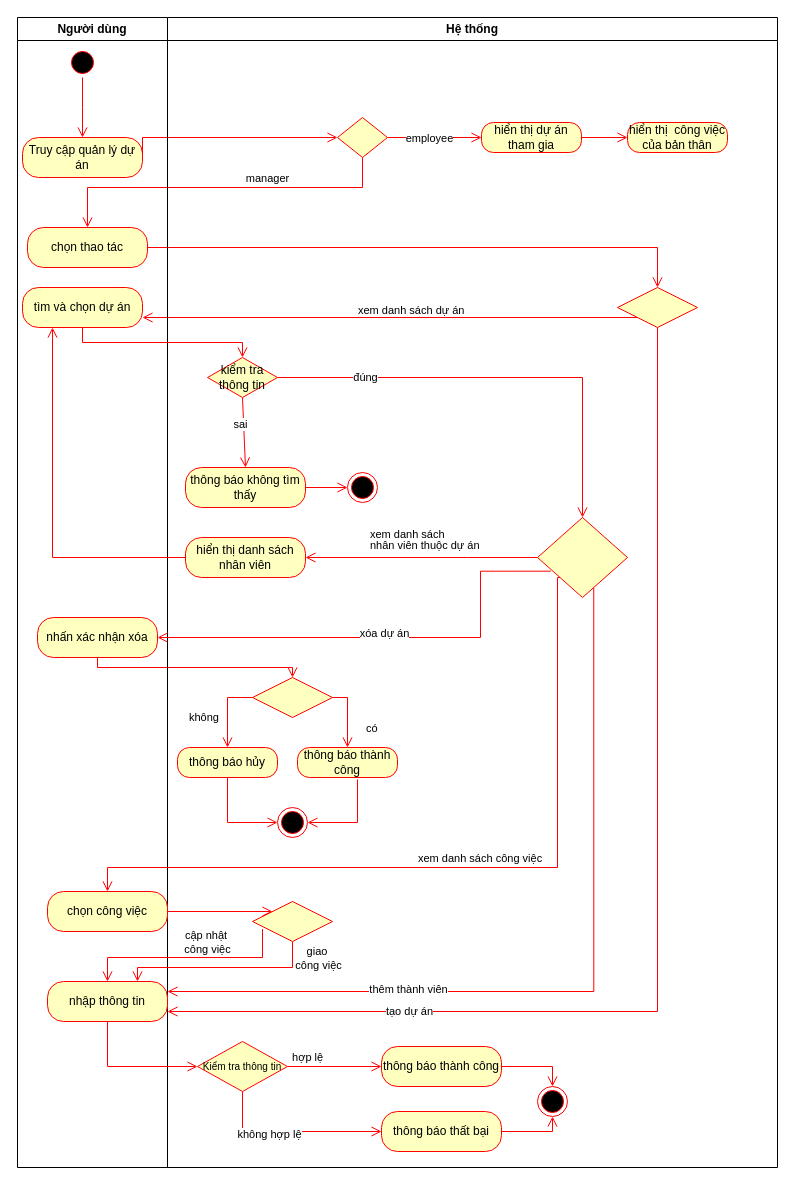
This is QuanLyDuAn_ACD.drawio from hoangda24312/Group4-DesigningSystem, a draw.io file, before an edit. Source tidied: cells renumbered, new cells numbered last; positions are measured from the earlier drawing's top-left corner, leaving out a move shared by most shapes. Both pictures are drawn from the tidied source at 100%, with x=0, y=0 at pixel (17, 17).
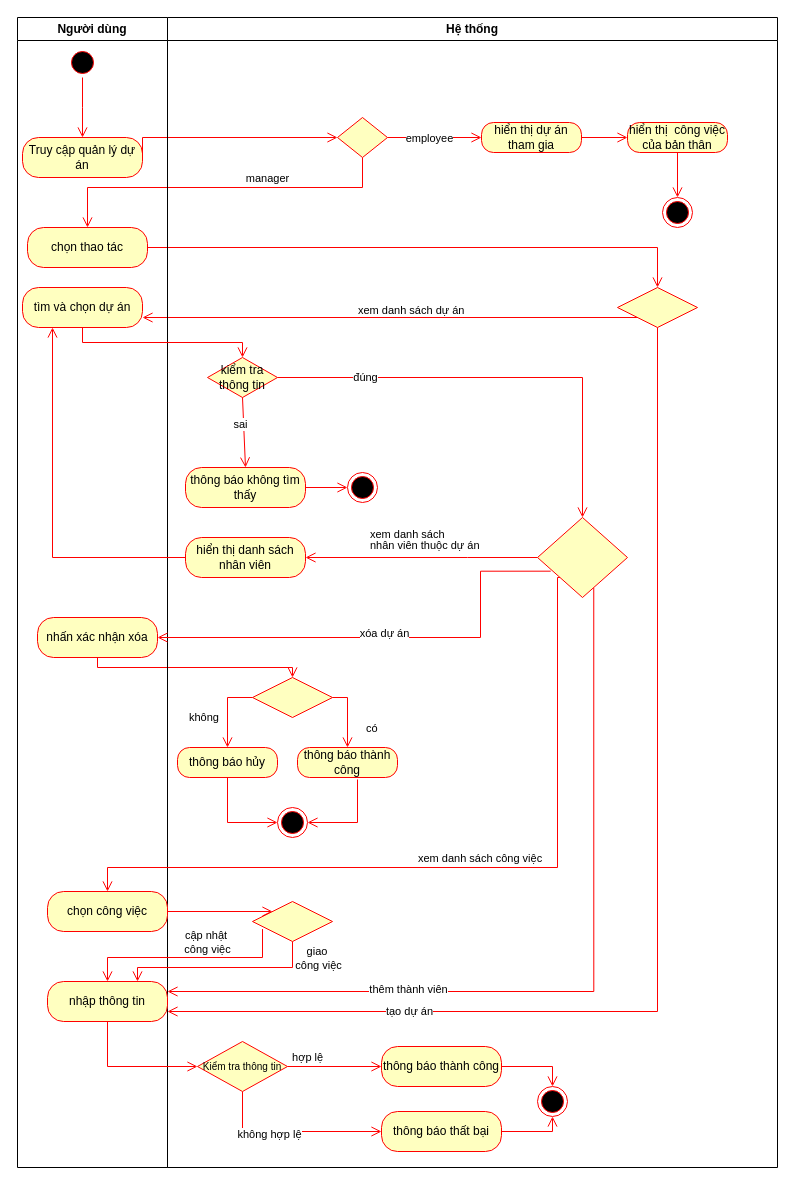
After the change.

The change refers to these unchanged cells:
```xml
<mxCell id="23" value="Hệ thống" style="swimlane;whiteSpace=wrap;html=1;" parent="1" vertex="1">
  <mxGeometry x="150" width="610" height="1150" as="geometry" />
</mxCell>
<mxCell id="52" value="hiển thị&amp;nbsp; công việc của bản thân" style="rounded=1;whiteSpace=wrap;html=1;arcSize=40;fontColor=#000000;fillColor=#ffffc0;strokeColor=#ff0000;" parent="23" vertex="1">
  <mxGeometry x="460" y="105" width="100" height="30" as="geometry" />
</mxCell>
```

Change to the diagram source:
```diff
@@
+    <mxCell id="69" style="ellipse;html=1;shape=endState;fillColor=#000000;strokeColor=#ff0000;" parent="23" vertex="1">
+      <mxGeometry x="495" y="180" width="30" height="30" as="geometry" />
+    </mxCell>
+    <mxCell id="70" style="html=1;verticalAlign=bottom;endArrow=open;endSize=8;strokeColor=#ff0000;rounded=0;exitX=0.5;exitY=1;exitDx=0;exitDy=0;entryX=0.5;entryY=0;entryDx=0;entryDy=0;" parent="23" edge="1" source="52" target="69">
+      <mxGeometry relative="1" as="geometry" />
+    </mxCell>
```
